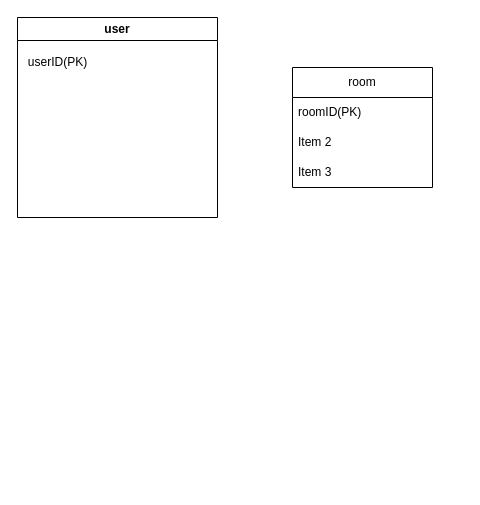
The draw.io diagram PungPals_ER.drawio in kechigon/PungPals, before the edit. Source tidied: cells renumbered, new cells numbered last; positions are measured from the earlier drawing's top-left corner, leaving out a move shared by most shapes. Both pictures are drawn from the tidied source at 100%, with x=0, y=0 at pixel (17, 17).
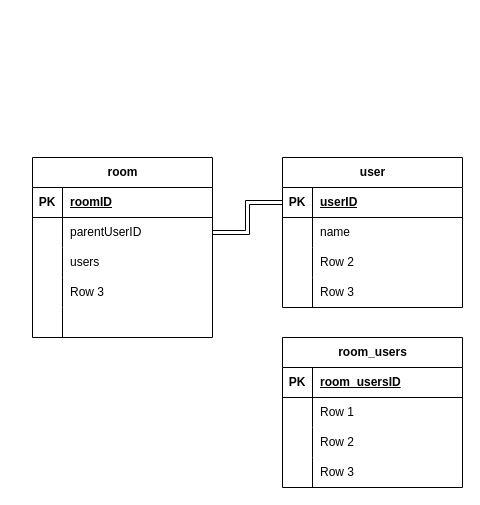
Above is the later version.

Commit message:
PungPals_ER.drawio を更新します

Change to the diagram source:
```diff
@@
+    <mxCell id="4" value="room" style="shape=table;startSize=30;childLayout=tableLayout;rowLines=0;fontStyle=1;align=center;html=1;" parent="1" vertex="1">
+      <mxGeometry x="15" y="140" width="180" height="180" as="geometry" />
+    </mxCell>
+    <mxCell id="8" style="shape=tableRow;horizontal=0;startSize=0;swimlaneHead=0;swimlaneBody=0;fillColor=none;top=0;left=0;right=0;bottom=1;" parent="4" vertex="1">
+      <mxGeometry y="30" width="180" height="30" as="geometry" />
+    </mxCell>
+    <mxCell id="9" value="PK" style="shape=partialRectangle;fillColor=none;top=0;left=0;bottom=0;right=0;fontStyle=1;overflow=hidden;whiteSpace=wrap;html=1;" parent="8" vertex="1">
+      <mxGeometry width="30" height="30" as="geometry" />
+    </mxCell>
+    <mxCell id="10" value="roomID" style="shape=partialRectangle;fillColor=none;top=0;left=0;bottom=0;right=0;align=left;spacingLeft=6;fontStyle=5;overflow=hidden;whiteSpace=wrap;html=1;" parent="8" vertex="1">
+      <mxGeometry x="30" width="150" height="30" as="geometry" />
+    </mxCell>
+    <mxCell id="11" style="shape=tableRow;horizontal=0;startSize=0;swimlaneHead=0;swimlaneBody=0;fillColor=none;points=[[0,0.5],[1,0.5]];portConstraint=eastwest;top=0;left=0;right=0;bottom=0;" parent="4" vertex="1">
+      <mxGeometry y="60" width="180" height="30" as="geometry" />
+    </mxCell>
+    <mxCell id="12" style="shape=partialRectangle;fillColor=none;top=0;left=0;bottom=0;right=0;overflow=hidden;whiteSpace=wrap;html=1;" parent="11" vertex="1">
+      <mxGeometry width="30" height="30" as="geometry" />
+    </mxCell>
+    <mxCell id="13" value="parentUserID" style="shape=partialRectangle;fillColor=none;top=0;left=0;bottom=0;right=0;align=left;spacingLeft=6;overflow=hidden;whiteSpace=wrap;html=1;" parent="11" vertex="1">
+      <mxGeometry x="30" width="150" height="30" as="geometry" />
+    </mxCell>
+    <mxCell id="14" style="shape=tableRow;horizontal=0;startSize=0;swimlaneHead=0;swimlaneBody=0;fillColor=none;top=0;left=0;right=0;bottom=0;" parent="4" vertex="1">
+      <mxGeometry y="90" width="180" height="30" as="geometry" />
+    </mxCell>
+    <mxCell id="15" style="shape=partialRectangle;fillColor=none;top=0;left=0;bottom=0;right=0;overflow=hidden;whiteSpace=wrap;html=1;" parent="14" vertex="1">
+      <mxGeometry width="30" height="30" as="geometry" />
+    </mxCell>
+    <mxCell id="16" value="users" style="shape=partialRectangle;fillColor=none;top=0;left=0;bottom=0;right=0;align=left;spacingLeft=6;overflow=hidden;whiteSpace=wrap;html=1;" parent="14" vertex="1">
+      <mxGeometry x="30" width="150" height="30" as="geometry" />
+    </mxCell>
+    <mxCell id="17" style="shape=tableRow;horizontal=0;startSize=0;swimlaneHead=0;swimlaneBody=0;fillColor=none;top=0;left=0;right=0;bottom=0;" parent="4" vertex="1">
+      <mxGeometry y="120" width="180" height="30" as="geometry" />
+    </mxCell>
+    <mxCell id="18" style="shape=partialRectangle;fillColor=none;top=0;left=0;bottom=0;right=0;overflow=hidden;whiteSpace=wrap;html=1;" parent="17" vertex="1">
+      <mxGeometry width="30" height="30" as="geometry" />
+    </mxCell>
+    <mxCell id="19" value="Row 3" style="shape=partialRectangle;fillColor=none;top=0;left=0;bottom=0;right=0;align=left;spacingLeft=6;overflow=hidden;whiteSpace=wrap;html=1;" parent="17" vertex="1">
+      <mxGeometry x="30" width="150" height="30" as="geometry" />
+    </mxCell>
+    <mxCell id="20" style="shape=tableRow;horizontal=0;startSize=0;swimlaneHead=0;swimlaneBody=0;fillColor=none;top=0;left=0;right=0;bottom=0;" parent="4" vertex="1">
+      <mxGeometry y="150" width="180" height="30" as="geometry" />
+    </mxCell>
+    <mxCell id="21" style="shape=partialRectangle;fillColor=none;top=0;left=0;bottom=0;right=0;overflow=hidden;whiteSpace=wrap;html=1;" parent="20" vertex="1">
+      <mxGeometry width="30" height="30" as="geometry" />
+    </mxCell>
+    <mxCell id="22" style="shape=partialRectangle;fillColor=none;top=0;left=0;bottom=0;right=0;align=left;spacingLeft=6;overflow=hidden;whiteSpace=wrap;html=1;" parent="20" vertex="1">
+      <mxGeometry x="30" width="150" height="30" as="geometry" />
+    </mxCell>
-    <mxCell id="2" value="user" style="swimlane;whiteSpace=wrap;html=1;" parent="1" vertex="1">
-      <mxGeometry width="200" height="200" as="geometry" />
+    <mxCell id="2" value="user" style="shape=table;startSize=30;childLayout=tableLayout;rowLines=0;fontStyle=1;align=center;html=1;" parent="1" vertex="1">
+      <mxGeometry x="265" y="140" width="180" height="150" as="geometry" />
     </mxCell>
-    <mxCell id="3" value="userID(PK)" style="text;html=1;align=center;verticalAlign=middle;strokeColor=none;fillColor=none;" parent="2" vertex="1">
-      <mxGeometry y="30" width="80" height="30" as="geometry" />
-    </mxCell>
-    <mxCell id="4" value="room" style="swimlane;fontStyle=0;horizontal=1;startSize=30;whiteSpace=wrap;html=1;" parent="1" vertex="1">
-      <mxGeometry x="275" y="50" width="140" height="120" as="geometry" />
-    </mxCell>
-    <mxCell id="5" value="roomID(PK)" style="text;strokeColor=none;fillColor=none;align=left;verticalAlign=middle;spacingLeft=4;spacingRight=4;overflow=hidden;whiteSpace=wrap;html=1;" parent="4" vertex="1">
-      <mxGeometry y="30" width="140" height="30" as="geometry" />
-    </mxCell>
-    <mxCell id="6" value="Item 2" style="text;strokeColor=none;fillColor=none;align=left;verticalAlign=middle;spacingLeft=4;spacingRight=4;overflow=hidden;whiteSpace=wrap;html=1;" parent="4" vertex="1">
-      <mxGeometry y="60" width="140" height="30" as="geometry" />
-    </mxCell>
-    <mxCell id="7" value="Item 3" style="text;strokeColor=none;fillColor=none;align=left;verticalAlign=middle;spacingLeft=4;spacingRight=4;overflow=hidden;whiteSpace=wrap;html=1;" parent="4" vertex="1">
-      <mxGeometry y="90" width="140" height="30" as="geometry" />
-    </mxCell>
+    <mxCell id="23" style="shape=tableRow;horizontal=0;startSize=0;swimlaneHead=0;swimlaneBody=0;fillColor=none;points=[[0,0.5],[1,0.5]];portConstraint=eastwest;top=0;left=0;right=0;bottom=1;" parent="2" vertex="1">
+      <mxGeometry y="30" width="180" height="30" as="geometry" />
+    </mxCell>
+    <mxCell id="24" value="PK" style="shape=partialRectangle;fillColor=none;top=0;left=0;bottom=0;right=0;fontStyle=1;overflow=hidden;whiteSpace=wrap;html=1;" parent="23" vertex="1">
+      <mxGeometry width="30" height="30" as="geometry" />
+    </mxCell>
+    <mxCell id="25" value="userID" style="shape=partialRectangle;fillColor=none;top=0;left=0;bottom=0;right=0;align=left;spacingLeft=6;fontStyle=5;overflow=hidden;whiteSpace=wrap;html=1;" parent="23" vertex="1">
+      <mxGeometry x="30" width="150" height="30" as="geometry" />
+    </mxCell>
+    <mxCell id="26" style="shape=tableRow;horizontal=0;startSize=0;swimlaneHead=0;swimlaneBody=0;fillColor=none;top=0;left=0;right=0;bottom=0;" parent="2" vertex="1">
+      <mxGeometry y="60" width="180" height="30" as="geometry" />
+    </mxCell>
+    <mxCell id="27" style="shape=partialRectangle;fillColor=none;top=0;left=0;bottom=0;right=0;overflow=hidden;whiteSpace=wrap;html=1;" parent="26" vertex="1">
+      <mxGeometry width="30" height="30" as="geometry" />
+    </mxCell>
+    <mxCell id="28" value="name" style="shape=partialRectangle;fillColor=none;top=0;left=0;bottom=0;right=0;align=left;spacingLeft=6;overflow=hidden;whiteSpace=wrap;html=1;" parent="26" vertex="1">
+      <mxGeometry x="30" width="150" height="30" as="geometry" />
+    </mxCell>
+    <mxCell id="29" style="shape=tableRow;horizontal=0;startSize=0;swimlaneHead=0;swimlaneBody=0;fillColor=none;top=0;left=0;right=0;bottom=0;" parent="2" vertex="1">
+      <mxGeometry y="90" width="180" height="30" as="geometry" />
+    </mxCell>
+    <mxCell id="30" style="shape=partialRectangle;fillColor=none;top=0;left=0;bottom=0;right=0;overflow=hidden;whiteSpace=wrap;html=1;" parent="29" vertex="1">
+      <mxGeometry width="30" height="30" as="geometry" />
+    </mxCell>
+    <mxCell id="31" value="Row 2" style="shape=partialRectangle;fillColor=none;top=0;left=0;bottom=0;right=0;align=left;spacingLeft=6;overflow=hidden;whiteSpace=wrap;html=1;" parent="29" vertex="1">
+      <mxGeometry x="30" width="150" height="30" as="geometry" />
+    </mxCell>
+    <mxCell id="32" style="shape=tableRow;horizontal=0;startSize=0;swimlaneHead=0;swimlaneBody=0;fillColor=none;top=0;left=0;right=0;bottom=0;" parent="2" vertex="1">
+      <mxGeometry y="120" width="180" height="30" as="geometry" />
+    </mxCell>
+    <mxCell id="33" style="shape=partialRectangle;fillColor=none;top=0;left=0;bottom=0;right=0;overflow=hidden;whiteSpace=wrap;html=1;" parent="32" vertex="1">
+      <mxGeometry width="30" height="30" as="geometry" />
+    </mxCell>
+    <mxCell id="34" value="Row 3" style="shape=partialRectangle;fillColor=none;top=0;left=0;bottom=0;right=0;align=left;spacingLeft=6;overflow=hidden;whiteSpace=wrap;html=1;" parent="32" vertex="1">
+      <mxGeometry x="30" width="150" height="30" as="geometry" />
+    </mxCell>
+    <mxCell id="35" value="room_users" style="shape=table;startSize=30;childLayout=tableLayout;rowLines=0;fontStyle=1;align=center;html=1;" parent="1" vertex="1">
+      <mxGeometry x="265" y="320" width="180" height="150" as="geometry" />
+    </mxCell>
+    <mxCell id="36" style="shape=tableRow;horizontal=0;startSize=0;swimlaneHead=0;swimlaneBody=0;fillColor=none;top=0;left=0;right=0;bottom=1;" parent="35" vertex="1">
+      <mxGeometry y="30" width="180" height="30" as="geometry" />
+    </mxCell>
+    <mxCell id="37" value="PK" style="shape=partialRectangle;fillColor=none;top=0;left=0;bottom=0;right=0;fontStyle=1;overflow=hidden;whiteSpace=wrap;html=1;" parent="36" vertex="1">
+      <mxGeometry width="30" height="30" as="geometry" />
+    </mxCell>
+    <mxCell id="38" value="room_usersID" style="shape=partialRectangle;fillColor=none;top=0;left=0;bottom=0;right=0;align=left;spacingLeft=6;fontStyle=5;overflow=hidden;whiteSpace=wrap;html=1;" parent="36" vertex="1">
+      <mxGeometry x="30" width="150" height="30" as="geometry" />
+    </mxCell>
+    <mxCell id="39" style="shape=tableRow;horizontal=0;startSize=0;swimlaneHead=0;swimlaneBody=0;fillColor=none;top=0;left=0;right=0;bottom=0;" parent="35" vertex="1">
+      <mxGeometry y="60" width="180" height="30" as="geometry" />
+    </mxCell>
+    <mxCell id="40" style="shape=partialRectangle;fillColor=none;top=0;left=0;bottom=0;right=0;overflow=hidden;whiteSpace=wrap;html=1;" parent="39" vertex="1">
+      <mxGeometry width="30" height="30" as="geometry" />
+    </mxCell>
+    <mxCell id="41" value="Row 1" style="shape=partialRectangle;fillColor=none;top=0;left=0;bottom=0;right=0;align=left;spacingLeft=6;overflow=hidden;whiteSpace=wrap;html=1;" parent="39" vertex="1">
+      <mxGeometry x="30" width="150" height="30" as="geometry" />
+    </mxCell>
+    <mxCell id="42" style="shape=tableRow;horizontal=0;startSize=0;swimlaneHead=0;swimlaneBody=0;fillColor=none;top=0;left=0;right=0;bottom=0;" parent="35" vertex="1">
+      <mxGeometry y="90" width="180" height="30" as="geometry" />
+    </mxCell>
+    <mxCell id="43" style="shape=partialRectangle;fillColor=none;top=0;left=0;bottom=0;right=0;overflow=hidden;whiteSpace=wrap;html=1;" parent="42" vertex="1">
+      <mxGeometry width="30" height="30" as="geometry" />
+    </mxCell>
+    <mxCell id="44" value="Row 2" style="shape=partialRectangle;fillColor=none;top=0;left=0;bottom=0;right=0;align=left;spacingLeft=6;overflow=hidden;whiteSpace=wrap;html=1;" parent="42" vertex="1">
+      <mxGeometry x="30" width="150" height="30" as="geometry" />
+    </mxCell>
+    <mxCell id="45" style="shape=tableRow;horizontal=0;startSize=0;swimlaneHead=0;swimlaneBody=0;fillColor=none;top=0;left=0;right=0;bottom=0;" parent="35" vertex="1">
+      <mxGeometry y="120" width="180" height="30" as="geometry" />
+    </mxCell>
+    <mxCell id="46" style="shape=partialRectangle;fillColor=none;top=0;left=0;bottom=0;right=0;overflow=hidden;whiteSpace=wrap;html=1;" parent="45" vertex="1">
+      <mxGeometry width="30" height="30" as="geometry" />
+    </mxCell>
+    <mxCell id="47" value="Row 3" style="shape=partialRectangle;fillColor=none;top=0;left=0;bottom=0;right=0;align=left;spacingLeft=6;overflow=hidden;whiteSpace=wrap;html=1;" parent="45" vertex="1">
+      <mxGeometry x="30" width="150" height="30" as="geometry" />
+    </mxCell>
+    <mxCell id="48" style="edgeStyle=orthogonalEdgeStyle;rounded=0;jettySize=auto;html=1;exitX=1;exitY=0.5;exitDx=0;exitDy=0;entryX=0;entryY=0.5;entryDx=0;entryDy=0;endArrow=ERone;endFill=0;shape=link;" parent="1" edge="1" source="11" target="23">
+      <mxGeometry relative="1" as="geometry" />
+    </mxCell>
```
